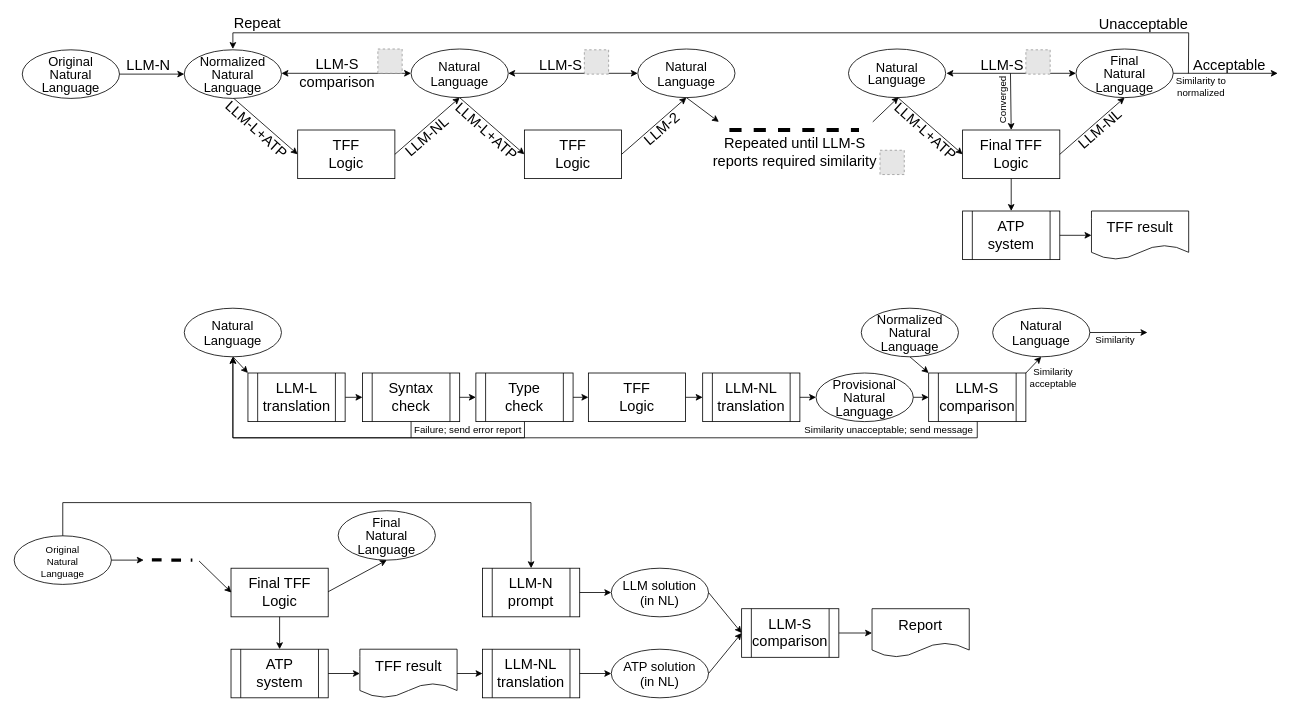
GeoffsPapers/ShZZaM keeps this draw.io diagram as 2026_FLAIRS-39/Architecture.drawio. Above is the earlier version. Source tidied: cells renumbered, new cells numbered last; positions are measured from the earlier drawing's top-left corner, leaving out a move shared by most shapes. Both pictures are drawn from the tidied source at 81%, with x=0, y=0 at pixel (14, 14). Pictures stored in the file or linked from it are replaced by grey dashed boxes.
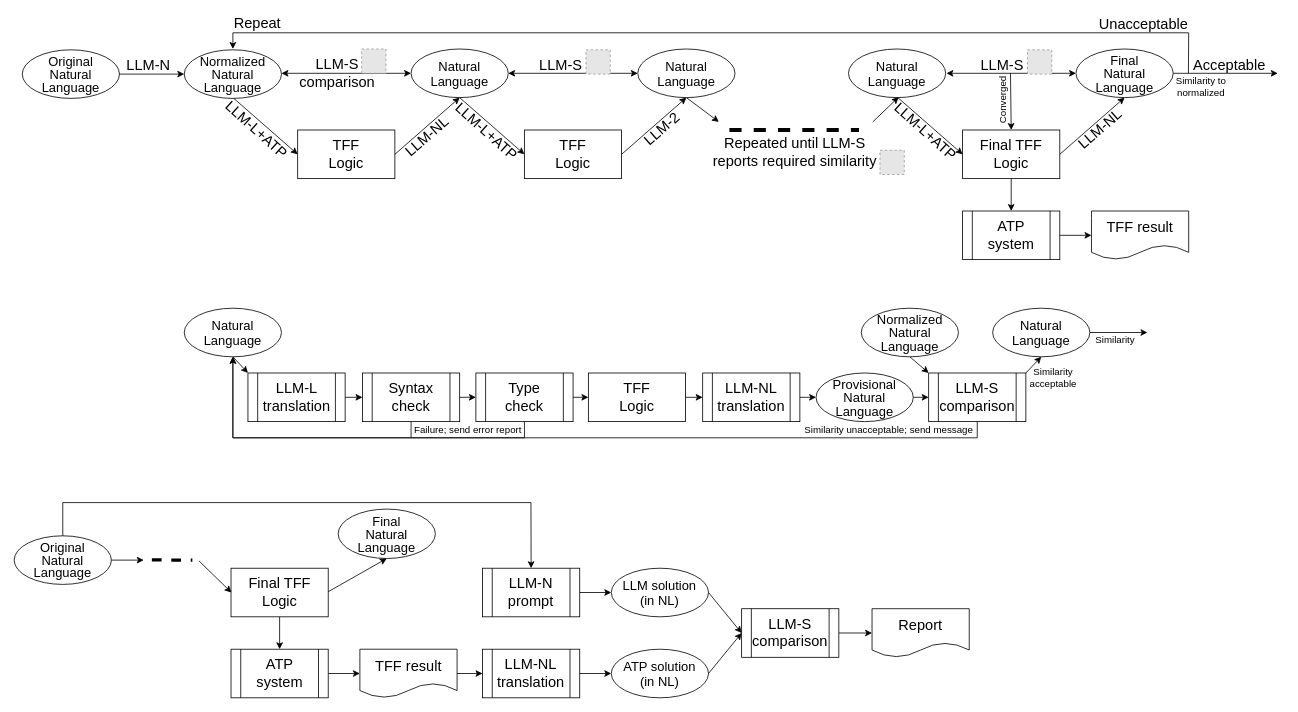
The same page after the edit.

The edit, as a diff of the source:
```diff
@@
-    <mxCell id="27" value="&lt;div style=&quot;line-height: 80%;&quot;&gt;&lt;font style=&quot;font-size: 16px; line-height: 80%;&quot;&gt;Natural&lt;/font&gt;&lt;div&gt;&lt;font style=&quot;font-size: 16px; line-height: 80%;&quot;&gt;Language&lt;/font&gt;&lt;/div&gt;&lt;/div&gt;" style="ellipse;whiteSpace=wrap;html=1;fontSize=18;" parent="1" vertex="1">
+    <mxCell id="27" value="&lt;div style=&quot;line-height: 100%;&quot;&gt;&lt;font style=&quot;font-size: 16px; line-height: 100%;&quot;&gt;Natural&lt;/font&gt;&lt;div&gt;&lt;font style=&quot;font-size: 16px; line-height: 100%;&quot;&gt;Language&lt;/font&gt;&lt;/div&gt;&lt;/div&gt;" style="ellipse;whiteSpace=wrap;html=1;fontSize=18;" parent="1" vertex="1">
       <mxGeometry x="1030" y="43" width="120" height="60" as="geometry" />
     </mxCell>
@@
     <mxCell id="30" style="fillColor=#E6E6E6;strokeColor=#999999;dashed=1;verticalLabelPosition=bottom;labelBackgroundColor=default;verticalAlign=top;" parent="1" vertex="1">
-      <mxGeometry x="449" y="43" width="30" height="30" as="geometry" />
+      <mxGeometry x="429" y="43" width="30" height="30" as="geometry" />
     </mxCell>
     <mxCell id="31" style="fillColor=#E6E6E6;strokeColor=#999999;dashed=1;verticalLabelPosition=bottom;labelBackgroundColor=default;verticalAlign=top;" parent="1" vertex="1">
-      <mxGeometry x="703.9" y="44" width="30" height="30" as="geometry" />
+      <mxGeometry x="705.9" y="44" width="30" height="30" as="geometry" />
     </mxCell>
@@
     <mxCell id="33" style="fillColor=#E6E6E6;strokeColor=#999999;dashed=1;verticalLabelPosition=bottom;labelBackgroundColor=default;verticalAlign=top;" parent="1" vertex="1">
-      <mxGeometry x="1249" y="44" width="30" height="30" as="geometry" />
+      <mxGeometry x="1251" y="44" width="30" height="30" as="geometry" />
     </mxCell>
@@
-    <mxCell id="78" value="&lt;div style=&quot;line-height: 80%;&quot;&gt;&lt;font style=&quot;font-size: 12px; line-height: 80%;&quot;&gt;Original&lt;/font&gt;&lt;div&gt;&lt;font style=&quot;font-size: 12px; line-height: 80%;&quot;&gt;Natural&lt;/font&gt;&lt;div&gt;&lt;font style=&quot;font-size: 12px; line-height: 80%;&quot;&gt;Language&lt;/font&gt;&lt;/div&gt;&lt;/div&gt;&lt;/div&gt;" style="ellipse;whiteSpace=wrap;html=1;fontSize=18;" parent="1" vertex="1">
+    <mxCell id="78" value="&lt;div style=&quot;line-height: 80%;&quot;&gt;&lt;font style=&quot;line-height: 80%; font-size: 16px;&quot;&gt;Original&lt;/font&gt;&lt;div&gt;&lt;font style=&quot;line-height: 80%; font-size: 16px;&quot;&gt;Natural&lt;/font&gt;&lt;div&gt;&lt;font style=&quot;line-height: 80%; font-size: 16px;&quot;&gt;Language&lt;/font&gt;&lt;/div&gt;&lt;/div&gt;&lt;/div&gt;" style="ellipse;whiteSpace=wrap;html=1;fontSize=18;" parent="1" vertex="1">
       <mxGeometry y="644" width="120" height="60" as="geometry" />
     </mxCell>
     <mxCell id="79" value="&lt;div style=&quot;line-height: 90%;&quot;&gt;&lt;font style=&quot;font-size: 16px; line-height: 90%;&quot;&gt;Final&lt;/font&gt;&lt;div&gt;&lt;font style=&quot;font-size: 16px; line-height: 90%;&quot;&gt;Natural&lt;/font&gt;&lt;div&gt;&lt;font style=&quot;font-size: 16px; line-height: 90%;&quot;&gt;Language&lt;/font&gt;&lt;/div&gt;&lt;/div&gt;&lt;/div&gt;" style="ellipse;whiteSpace=wrap;html=1;fontSize=18;" parent="1" vertex="1">
-      <mxGeometry x="400" y="613" width="120" height="61" as="geometry" />
+      <mxGeometry x="400" y="611" width="120" height="61" as="geometry" />
     </mxCell>
```
